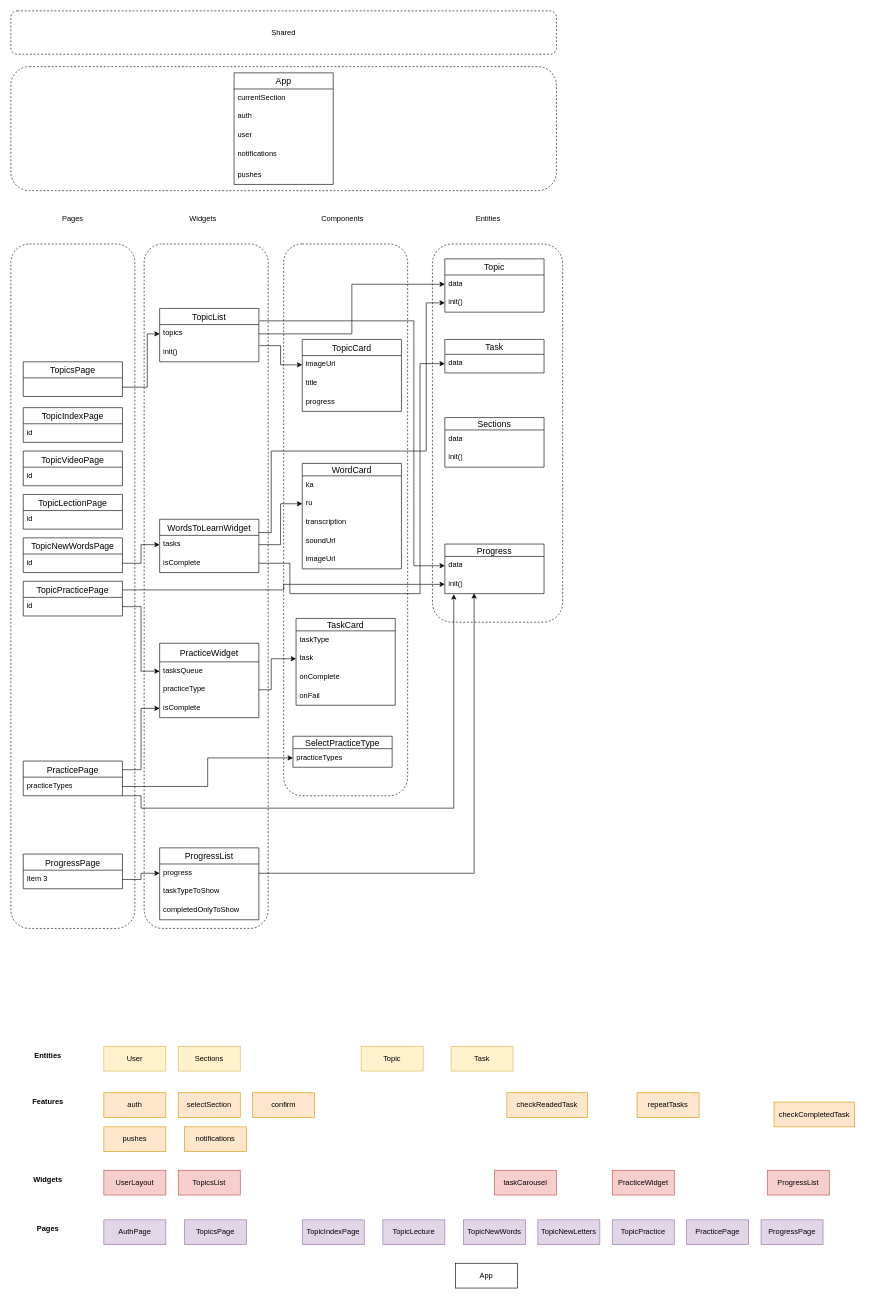
Above: geo-app.drawio in Ascold2017/geo-app (draw.io), before the change. Source tidied: cells renumbered, new cells numbered last; positions are measured from the earlier drawing's top-left corner, leaving out a move shared by most shapes. Both pictures are drawn from the tidied source at 62%, with x=0, y=0 at pixel (11, 11).
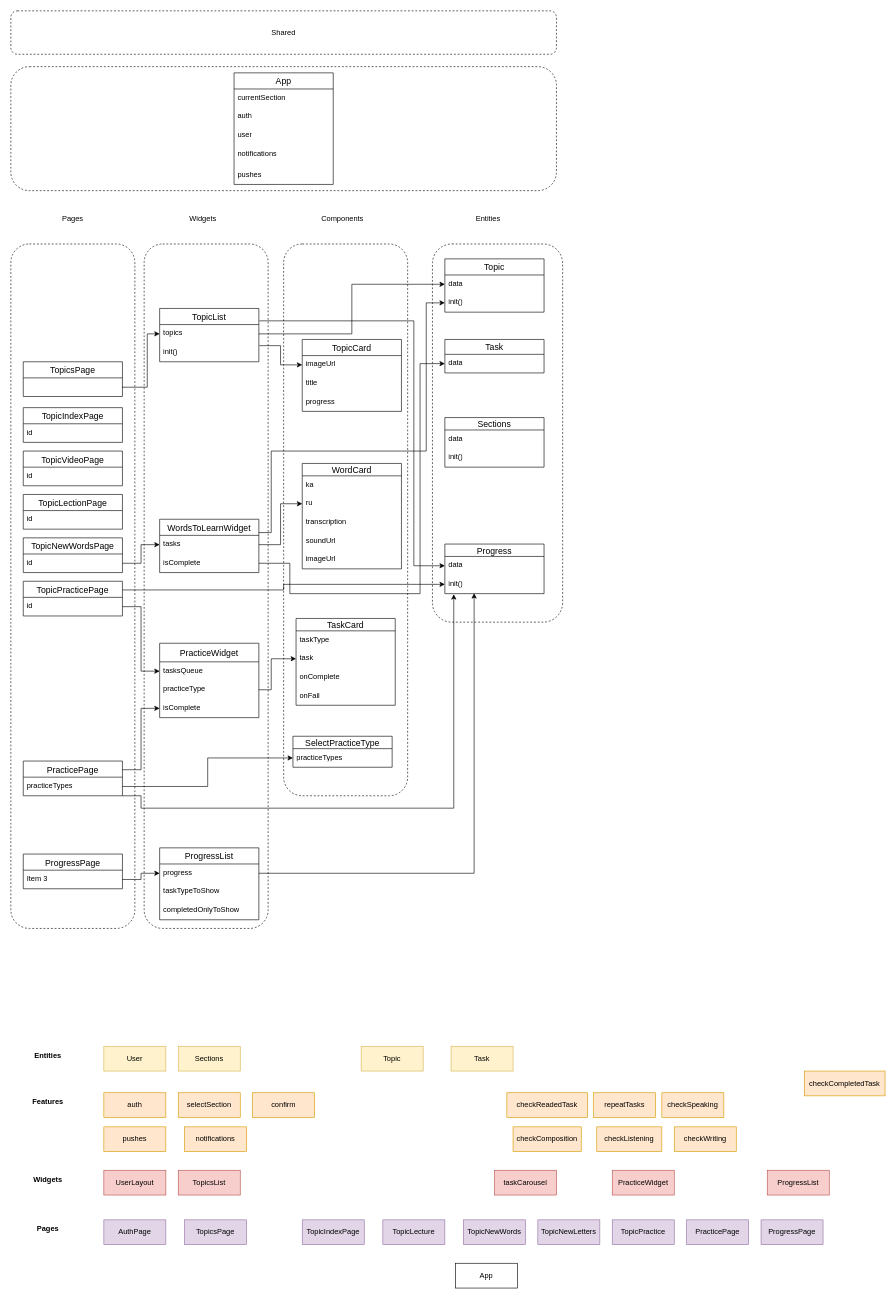
After the change.

The edit, as a diff of the source:
```diff
@@
     <mxCell id="113" value="repeatTasks" style="whiteSpace=wrap;html=1;align=center;fillColor=#ffe6cc;strokeColor=#d79b00;" parent="1" vertex="1">
-      <mxGeometry x="1010" y="1745" width="100" height="40" as="geometry" />
+      <mxGeometry x="940" y="1745" width="100" height="40" as="geometry" />
     </mxCell>
@@
     <mxCell id="121" value="checkCompletedTask" style="whiteSpace=wrap;html=1;align=center;fillColor=#ffe6cc;strokeColor=#d79b00;" parent="1" vertex="1">
-      <mxGeometry x="1231" y="1760" width="130" height="40" as="geometry" />
+      <mxGeometry x="1280" y="1710" width="130" height="40" as="geometry" />
     </mxCell>
+    <mxCell id="122" value="checkComposition" style="whiteSpace=wrap;html=1;align=center;fillColor=#ffe6cc;strokeColor=#d79b00;" parent="1" vertex="1">
+      <mxGeometry x="810" y="1800" width="110" height="40" as="geometry" />
+    </mxCell>
+    <mxCell id="123" value="checkListening" style="whiteSpace=wrap;html=1;align=center;fillColor=#ffe6cc;strokeColor=#d79b00;" parent="1" vertex="1">
+      <mxGeometry x="945" y="1800" width="105" height="40" as="geometry" />
+    </mxCell>
+    <mxCell id="124" value="checkSpeaking" style="whiteSpace=wrap;html=1;align=center;fillColor=#ffe6cc;strokeColor=#d79b00;" parent="1" vertex="1">
+      <mxGeometry x="1050" y="1745" width="100" height="40" as="geometry" />
+    </mxCell>
+    <mxCell id="125" value="checkWriting" style="whiteSpace=wrap;html=1;align=center;fillColor=#ffe6cc;strokeColor=#d79b00;" parent="1" vertex="1">
+      <mxGeometry x="1070" y="1800" width="100" height="40" as="geometry" />
+    </mxCell>
```
